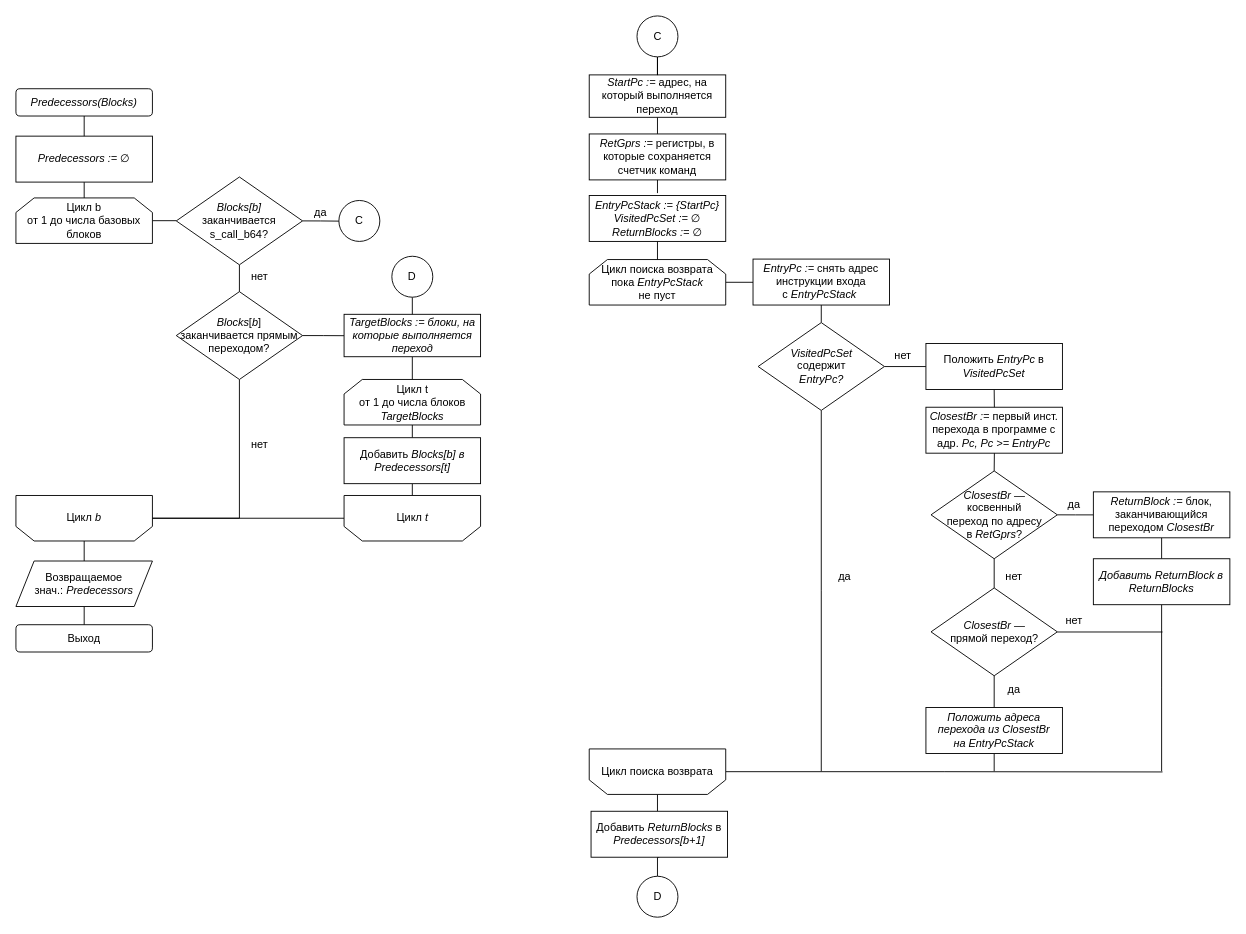
This is diagrams/alg-cfg.drawio from timlathy/itmo-bachelor-thesis, a draw.io file, before an edit. Source tidied: cells renumbered, new cells numbered last; positions are measured from the earlier drawing's top-left corner, leaving out a move shared by most shapes. Both pictures are drawn from the tidied source at 91%, with x=0, y=0 at pixel (15, 15).
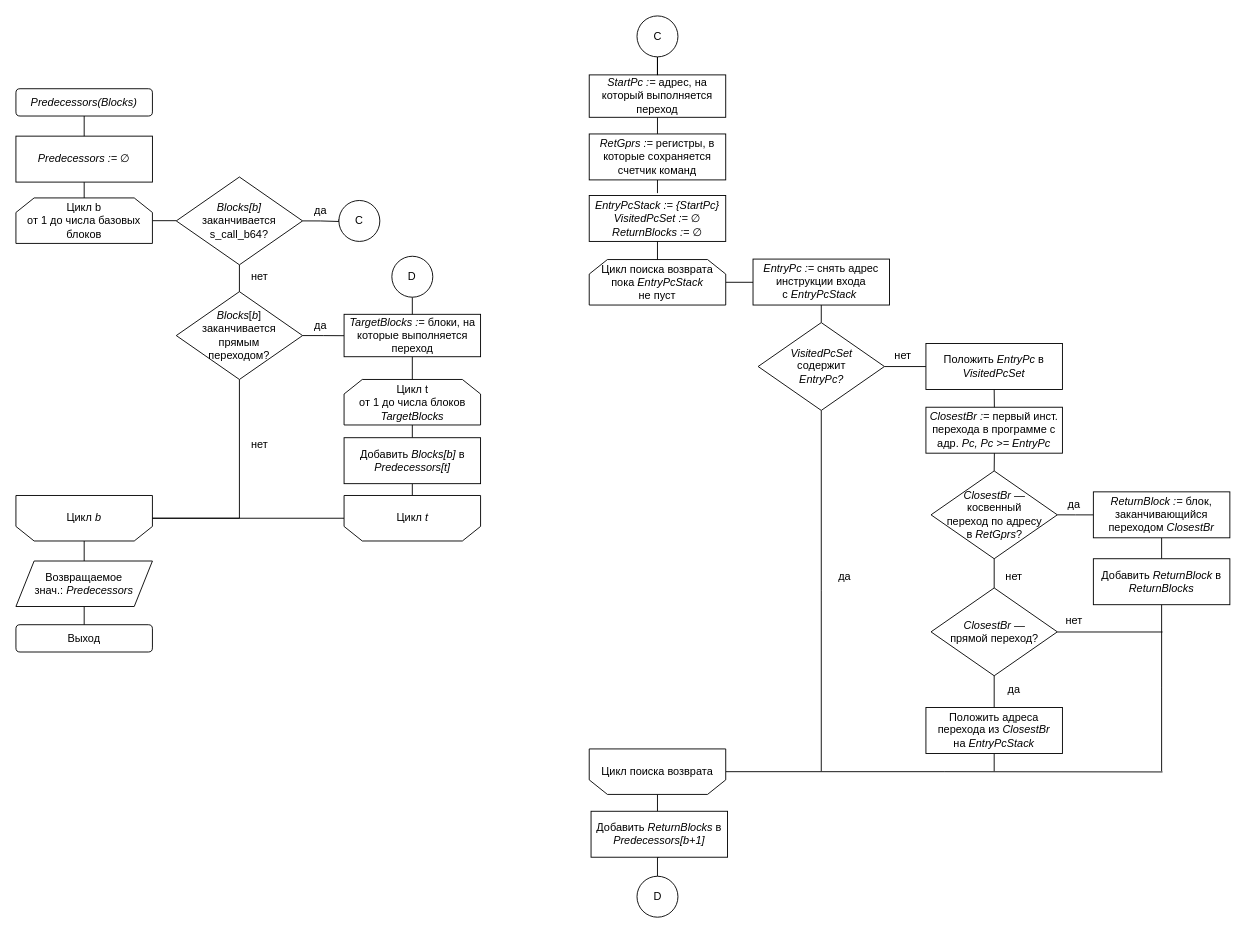
The same page after the edit.

Commit message (it also covers changes not shown here):
fix missing captions/redundant italics in diagrams

The edit, as a diff of the source:
```diff
@@
-    <mxCell id="17" value="&lt;i&gt;Blocks&lt;/i&gt;[&lt;i&gt;b&lt;/i&gt;]&lt;br&gt;заканчивается прямым переходом?" style="rhombus;whiteSpace=wrap;html=1;" parent="1" vertex="1">
+    <mxCell id="17" value="&lt;i&gt;Blocks&lt;/i&gt;[&lt;i&gt;b&lt;/i&gt;]&lt;br&gt;заканчивается&lt;br&gt;прямым&lt;br&gt;переходом?" style="rhombus;whiteSpace=wrap;html=1;" parent="1" vertex="1">
       <mxGeometry x="176.2" y="303" width="138.8" height="96.5" as="geometry" />
     </mxCell>
@@
-    <mxCell id="30" value="&lt;i&gt;Положить адреса перехода из ClosestBr&lt;br&gt;на EntryPcStack&lt;br&gt;&lt;/i&gt;" style="rounded=0;whiteSpace=wrap;html=1;" parent="1" vertex="1">
+    <mxCell id="30" value="Положить адреса перехода из&lt;i&gt; ClosestBr&lt;/i&gt;&lt;br&gt;на&lt;i&gt; EntryPcStack&lt;br&gt;&lt;/i&gt;" style="rounded=0;whiteSpace=wrap;html=1;" parent="1" vertex="1">
       <mxGeometry x="1000" y="760" width="150" height="50.5" as="geometry" />
     </mxCell>
@@
-    <mxCell id="41" value="&lt;i&gt;Добавить ReturnBlock в ReturnBlocks&lt;br&gt;&lt;/i&gt;" style="rounded=0;whiteSpace=wrap;html=1;" parent="1" vertex="1">
+    <mxCell id="41" value="Добавить&lt;i&gt; ReturnBlock&lt;/i&gt; в&lt;i&gt; ReturnBlocks&lt;br&gt;&lt;/i&gt;" style="rounded=0;whiteSpace=wrap;html=1;" parent="1" vertex="1">
       <mxGeometry x="1184" y="596.5" width="150" height="50.5" as="geometry" />
     </mxCell>
@@
     <mxCell id="46" value="да" style="text;html=1;strokeColor=none;fillColor=none;align=center;verticalAlign=middle;whiteSpace=wrap;rounded=0;" parent="1" vertex="1">
-      <mxGeometry x="314.9" y="205.5" width="40" height="20" as="geometry" />
+      <mxGeometry x="314.9" y="203.5" width="40" height="20" as="geometry" />
     </mxCell>
@@
-    <mxCell id="50" value="&lt;i&gt;TargetBlocks := блоки, на которые выполняется переход&lt;br&gt;&lt;/i&gt;" style="rounded=0;whiteSpace=wrap;html=1;" parent="1" vertex="1">
+    <mxCell id="50" value="&lt;i&gt;TargetBlocks := &lt;/i&gt;блоки, на которые выполняется переход" style="rounded=0;whiteSpace=wrap;html=1;" parent="1" vertex="1">
       <mxGeometry x="360.6" y="327.9" width="150" height="46.6" as="geometry" />
     </mxCell>
@@
-    <mxCell id="54" value="Добавить&lt;i&gt;&amp;nbsp;Blocks[b] в Predecessors[t]&lt;/i&gt;&lt;i&gt;&lt;br&gt;&lt;/i&gt;" style="rounded=0;whiteSpace=wrap;html=1;" parent="1" vertex="1">
+    <mxCell id="54" value="Добавить&lt;i&gt;&amp;nbsp;Blocks[b]&lt;/i&gt; в &lt;i&gt;Predecessors[t]&lt;/i&gt;&lt;i&gt;&lt;br&gt;&lt;/i&gt;" style="rounded=0;whiteSpace=wrap;html=1;" parent="1" vertex="1">
       <mxGeometry x="360.6" y="463.5" width="150" height="50.5" as="geometry" />
     </mxCell>
@@
+    <mxCell id="75" value="да" style="text;html=1;strokeColor=none;fillColor=none;align=center;verticalAlign=middle;whiteSpace=wrap;rounded=0;" parent="1" vertex="1">
+      <mxGeometry x="314.9" y="329.9" width="40" height="20" as="geometry" />
+    </mxCell>
```
